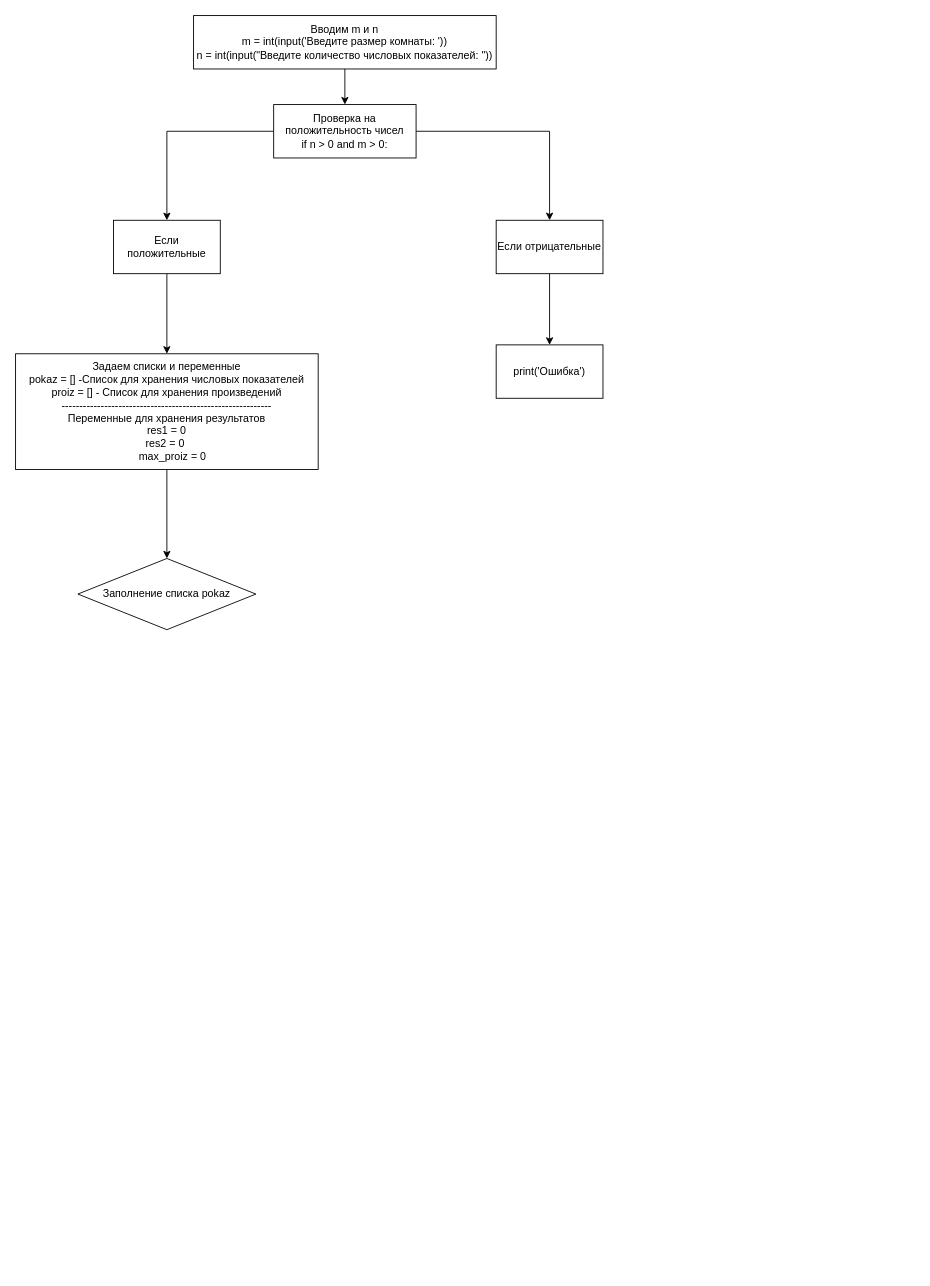
This is Diagramma last zadacha.drawio from hellp31/Belomyttsev-Gleb-Algoritm, a draw.io file, before an edit. Source tidied: cells renumbered, new cells numbered last; positions are measured from the earlier drawing's top-left corner, leaving out a move shared by most shapes. Both pictures are drawn from the tidied source at 89%, with x=0, y=0 at pixel (15, 15).
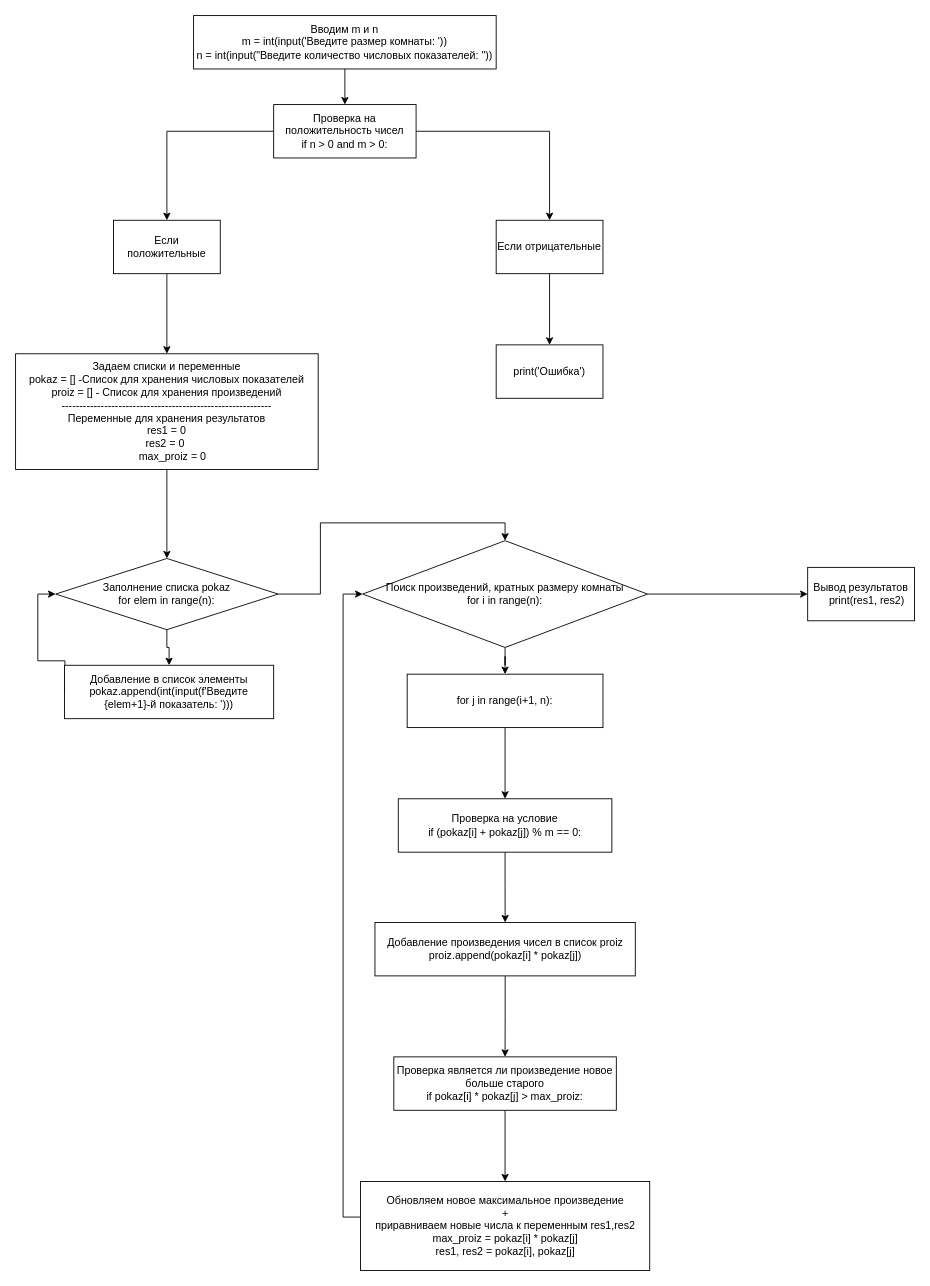
The same diagram, later.

Change to the diagram source:
```diff
@@
+    <mxCell id="15" style="edgeStyle=orthogonalEdgeStyle;rounded=0;jettySize=auto;html=1;" parent="1" edge="1" source="14" target="18">
+      <mxGeometry relative="1" as="geometry" />
+    </mxCell>
+    <mxCell id="16" style="edgeStyle=orthogonalEdgeStyle;rounded=0;jettySize=auto;html=1;entryX=0.5;entryY=0;entryDx=0;entryDy=0;" parent="1" edge="1" source="14" target="21">
+      <mxGeometry relative="1" as="geometry" />
+    </mxCell>
-    <mxCell id="14" value="Заполнение списка pokaz" style="rhombus;whiteSpace=wrap;html=1;rounded=0;" parent="1" vertex="1">
-      <mxGeometry x="70" y="610" width="200" height="80" as="geometry" />
+    <mxCell id="14" value="Заполнение списка pokaz&lt;div&gt;for elem in range(n):&lt;br&gt;&lt;/div&gt;" style="rhombus;whiteSpace=wrap;html=1;rounded=0;" parent="1" vertex="1">
+      <mxGeometry x="45" y="610" width="250" height="80" as="geometry" />
     </mxCell>
+    <mxCell id="17" style="edgeStyle=orthogonalEdgeStyle;rounded=0;jettySize=auto;html=1;entryX=0;entryY=0.5;entryDx=0;entryDy=0;" parent="1" edge="1" target="14">
+      <mxGeometry relative="1" as="geometry">
+        <mxPoint x="55" y="760" as="sourcePoint" />
+      </mxGeometry>
+    </mxCell>
+    <mxCell id="18" value="&lt;div&gt;Добавление в список элементы&lt;/div&gt;pokaz.append(int(input(f'Введите {elem+1}-й показатель: ')))" style="whiteSpace=wrap;html=1;rounded=0;" parent="1" vertex="1">
+      <mxGeometry x="55" y="730" width="235" height="60" as="geometry" />
+    </mxCell>
+    <mxCell id="19" style="edgeStyle=orthogonalEdgeStyle;rounded=0;jettySize=auto;html=1;" parent="1" edge="1" source="21" target="23">
+      <mxGeometry relative="1" as="geometry" />
+    </mxCell>
+    <mxCell id="20" style="edgeStyle=orthogonalEdgeStyle;rounded=0;jettySize=auto;html=1;" parent="1" edge="1" source="21" target="32">
+      <mxGeometry relative="1" as="geometry" />
+    </mxCell>
+    <mxCell id="21" value="Поиск произведений, кратных размеру комнаты&lt;div&gt;for i in range(n):&lt;br&gt;&lt;/div&gt;" style="rhombus;whiteSpace=wrap;html=1;rounded=0;" parent="1" vertex="1">
+      <mxGeometry x="390" y="590" width="320" height="120" as="geometry" />
+    </mxCell>
+    <mxCell id="22" style="edgeStyle=orthogonalEdgeStyle;rounded=0;jettySize=auto;html=1;" parent="1" edge="1" source="23" target="25">
+      <mxGeometry relative="1" as="geometry" />
+    </mxCell>
+    <mxCell id="23" value="&lt;div&gt;&lt;span style=&quot;background-color: initial;&quot;&gt;for j in range(i+1, n):&lt;/span&gt;&lt;br&gt;&lt;/div&gt;" style="whiteSpace=wrap;html=1;rounded=0;" parent="1" vertex="1">
+      <mxGeometry x="440" y="740" width="220" height="60" as="geometry" />
+    </mxCell>
+    <mxCell id="24" style="edgeStyle=orthogonalEdgeStyle;rounded=0;jettySize=auto;html=1;" parent="1" edge="1" source="25" target="27">
+      <mxGeometry relative="1" as="geometry" />
+    </mxCell>
+    <mxCell id="25" value="Проверка на условие&lt;div&gt;if (pokaz[i] + pokaz[j]) % m == 0:&lt;br&gt;&lt;/div&gt;" style="whiteSpace=wrap;html=1;rounded=0;" parent="1" vertex="1">
+      <mxGeometry x="430" y="880" width="240" height="60" as="geometry" />
+    </mxCell>
+    <mxCell id="26" style="edgeStyle=orthogonalEdgeStyle;rounded=0;jettySize=auto;html=1;" parent="1" edge="1" source="27" target="29">
+      <mxGeometry relative="1" as="geometry" />
+    </mxCell>
+    <mxCell id="27" value="&lt;div&gt;Добавление произведения чисел в список proiz&lt;/div&gt;proiz.append(pokaz[i] * pokaz[j])" style="whiteSpace=wrap;html=1;rounded=0;" parent="1" vertex="1">
+      <mxGeometry x="403.8" y="1019" width="292.5" height="60" as="geometry" />
+    </mxCell>
+    <mxCell id="28" style="edgeStyle=orthogonalEdgeStyle;rounded=0;jettySize=auto;html=1;" parent="1" edge="1" source="29" target="31">
+      <mxGeometry relative="1" as="geometry" />
+    </mxCell>
+    <mxCell id="29" value="&lt;div&gt;Проверка является ли произведение новое больше старого&lt;/div&gt;if pokaz[i] * pokaz[j] &amp;gt; max_proiz:" style="whiteSpace=wrap;html=1;rounded=0;" parent="1" vertex="1">
+      <mxGeometry x="425" y="1170" width="250" height="60" as="geometry" />
+    </mxCell>
+    <mxCell id="30" style="edgeStyle=orthogonalEdgeStyle;rounded=0;jettySize=auto;html=1;entryX=0;entryY=0.5;entryDx=0;entryDy=0;" parent="1" edge="1" source="31" target="21">
+      <mxGeometry relative="1" as="geometry">
+        <Array as="points">
+          <mxPoint x="368" y="1350" />
+          <mxPoint x="368" y="650" />
+        </Array>
+      </mxGeometry>
+    </mxCell>
+    <mxCell id="31" value="&lt;div&gt;Обновляем новое максимальное произведение&lt;/div&gt;&lt;div&gt;+&lt;/div&gt;&lt;div&gt;приравниваем новые числа к переменным res1,res2&lt;/div&gt;max_proiz = pokaz[i] * pokaz[j]&lt;div&gt;&lt;span style=&quot;background-color: initial;&quot;&gt;res1, res2 = pokaz[i], pokaz[j]&lt;/span&gt;&lt;/div&gt;" style="whiteSpace=wrap;html=1;rounded=0;" parent="1" vertex="1">
+      <mxGeometry x="387.5" y="1310" width="325" height="100" as="geometry" />
+    </mxCell>
+    <mxCell id="32" value="&lt;div&gt;Вывод результатов&lt;/div&gt;&lt;div&gt;&amp;nbsp; &amp;nbsp; print(res1, res2)&lt;/div&gt;" style="whiteSpace=wrap;html=1;rounded=0;" parent="1" vertex="1">
+      <mxGeometry x="890" y="620" width="120" height="60" as="geometry" />
+    </mxCell>
```
